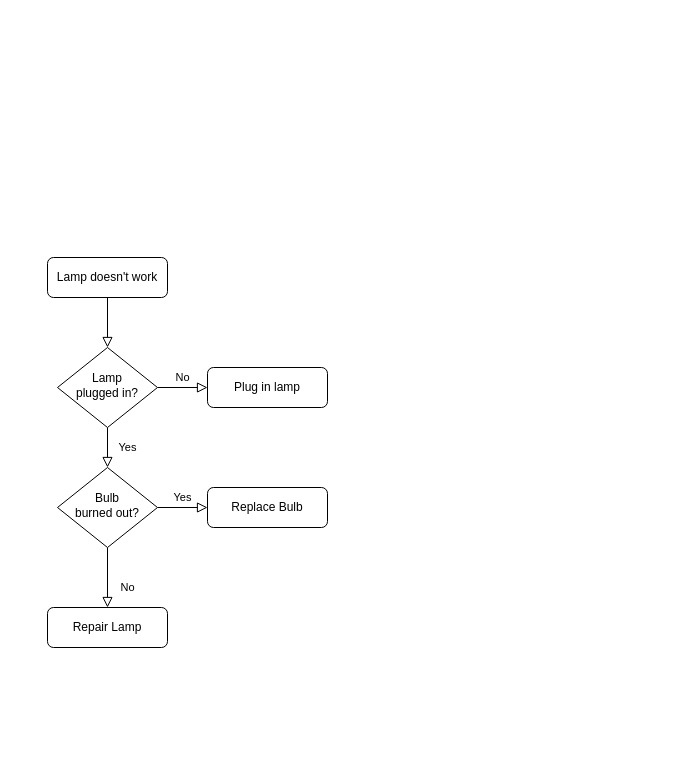
Above: 제목 없는 다이어그램.drawio in JiungChoi/2023_SS_vision_system (draw.io), before the change. Source tidied: cells renumbered, new cells numbered last; positions are measured from the earlier drawing's top-left corner, leaving out a move shared by most shapes. Both pictures are drawn from the tidied source at 100%, with x=0, y=0 at pixel (47, 257).
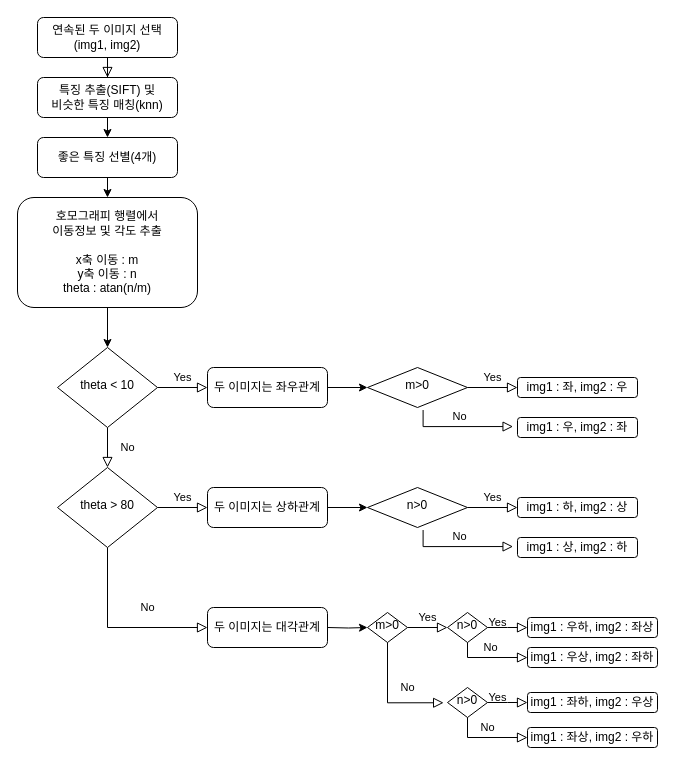
The same diagram, later.

Commit message:
제목 없는 다이어그램.drawio 업데이트

What changed in the source:
```diff
@@
-    <mxCell id="2" style="rounded=0;html=1;jettySize=auto;fontSize=11;endArrow=block;endFill=0;endSize=8;strokeWidth=1;shadow=0;labelBackgroundColor=none;edgeStyle=orthogonalEdgeStyle;" parent="1" edge="1" source="3" target="6">
+    <mxCell id="2" style="rounded=0;html=1;jettySize=auto;fontSize=11;endArrow=block;endFill=0;endSize=8;strokeWidth=1;shadow=0;labelBackgroundColor=none;edgeStyle=orthogonalEdgeStyle;entryX=0.5;entryY=0;entryDx=0;entryDy=0;" parent="1" edge="1" source="3" target="15">
       <mxGeometry relative="1" as="geometry" />
     </mxCell>
-    <mxCell id="3" value="Lamp doesn't work" style="rounded=1;whiteSpace=wrap;html=1;fontSize=12;glass=0;strokeWidth=1;shadow=0;" parent="1" vertex="1">
-      <mxGeometry width="120" height="40" as="geometry" />
+    <mxCell id="3" value="연속된 두 이미지 선택&lt;br&gt;(img1, img2)" style="rounded=1;whiteSpace=wrap;html=1;fontSize=12;glass=0;strokeWidth=1;shadow=0;" parent="1" vertex="1">
+      <mxGeometry x="-10" y="-240" width="140" height="40" as="geometry" />
     </mxCell>
-    <mxCell id="4" value="Yes" style="rounded=0;html=1;jettySize=auto;fontSize=11;endArrow=block;endFill=0;endSize=8;strokeWidth=1;shadow=0;labelBackgroundColor=none;edgeStyle=orthogonalEdgeStyle;" parent="1" edge="1" source="6" target="10">
+    <mxCell id="4" value="No" style="rounded=0;html=1;jettySize=auto;fontSize=11;endArrow=block;endFill=0;endSize=8;strokeWidth=1;shadow=0;labelBackgroundColor=none;edgeStyle=orthogonalEdgeStyle;" parent="1" edge="1" source="6" target="10">
       <mxGeometry y="20" relative="1" as="geometry" />
     </mxCell>
-    <mxCell id="5" value="No" style="edgeStyle=orthogonalEdgeStyle;rounded=0;html=1;jettySize=auto;fontSize=11;endArrow=block;endFill=0;endSize=8;strokeWidth=1;shadow=0;labelBackgroundColor=none;" parent="1" edge="1" source="6" target="7">
+    <mxCell id="5" value="Yes" style="edgeStyle=orthogonalEdgeStyle;rounded=0;html=1;jettySize=auto;fontSize=11;endArrow=block;endFill=0;endSize=8;strokeWidth=1;shadow=0;labelBackgroundColor=none;" parent="1" edge="1" source="6" target="7">
       <mxGeometry y="10" relative="1" as="geometry" />
     </mxCell>
-    <mxCell id="6" value="Lamp&lt;br&gt;plugged in?" style="rhombus;whiteSpace=wrap;html=1;shadow=0;fontFamily=Helvetica;fontSize=12;align=center;strokeWidth=1;spacing=6;spacingTop=-4;" parent="1" vertex="1">
+    <mxCell id="6" value="theta &amp;lt; 10" style="rhombus;whiteSpace=wrap;html=1;shadow=0;fontFamily=Helvetica;fontSize=12;align=center;strokeWidth=1;spacing=6;spacingTop=-4;" parent="1" vertex="1">
       <mxGeometry x="10" y="90" width="100" height="80" as="geometry" />
     </mxCell>
+    <mxCell id="13" style="edgeStyle=orthogonalEdgeStyle;rounded=0;jettySize=auto;html=1;exitX=1;exitY=0.5;exitDx=0;exitDy=0;entryX=0;entryY=0.5;entryDx=0;entryDy=0;" parent="1" edge="1" source="7" target="20">
+      <mxGeometry relative="1" as="geometry" />
+    </mxCell>
-    <mxCell id="7" value="Plug in lamp" style="rounded=1;whiteSpace=wrap;html=1;fontSize=12;glass=0;strokeWidth=1;shadow=0;" parent="1" vertex="1">
+    <mxCell id="7" value="두 이미지는 좌우관계" style="rounded=1;whiteSpace=wrap;html=1;fontSize=12;glass=0;strokeWidth=1;shadow=0;" parent="1" vertex="1">
       <mxGeometry x="160" y="110" width="120" height="40" as="geometry" />
     </mxCell>
     <mxCell id="8" value="No" style="rounded=0;html=1;jettySize=auto;fontSize=11;endArrow=block;endFill=0;endSize=8;strokeWidth=1;shadow=0;labelBackgroundColor=none;edgeStyle=orthogonalEdgeStyle;" parent="1" edge="1" source="10" target="11">
-      <mxGeometry x="0.33" y="20" relative="1" as="geometry" />
+      <mxGeometry x="0.33" y="20" relative="1" as="geometry">
+        <Array as="points">
+          <mxPoint x="60" y="370" />
+        </Array>
+      </mxGeometry>
     </mxCell>
@@
-    <mxCell id="10" value="Bulb&lt;br&gt;burned out?" style="rhombus;whiteSpace=wrap;html=1;shadow=0;fontFamily=Helvetica;fontSize=12;align=center;strokeWidth=1;spacing=6;spacingTop=-4;" parent="1" vertex="1">
+    <mxCell id="10" value="theta &amp;gt; 80" style="rhombus;whiteSpace=wrap;html=1;shadow=0;fontFamily=Helvetica;fontSize=12;align=center;strokeWidth=1;spacing=6;spacingTop=-4;" parent="1" vertex="1">
       <mxGeometry x="10" y="210" width="100" height="80" as="geometry" />
     </mxCell>
-    <mxCell id="11" value="Repair Lamp" style="rounded=1;whiteSpace=wrap;html=1;fontSize=12;glass=0;strokeWidth=1;shadow=0;" parent="1" vertex="1">
-      <mxGeometry y="350" width="120" height="40" as="geometry" />
+    <mxCell id="11" value="두 이미지는 대각관계" style="rounded=1;whiteSpace=wrap;html=1;fontSize=12;glass=0;strokeWidth=1;shadow=0;" parent="1" vertex="1">
+      <mxGeometry x="160" y="350" width="120" height="40" as="geometry" />
     </mxCell>
-    <mxCell id="12" value="Replace Bulb" style="rounded=1;whiteSpace=wrap;html=1;fontSize=12;glass=0;strokeWidth=1;shadow=0;" parent="1" vertex="1">
+    <mxCell id="12" value="두 이미지는 상하관계" style="rounded=1;whiteSpace=wrap;html=1;fontSize=12;glass=0;strokeWidth=1;shadow=0;" parent="1" vertex="1">
       <mxGeometry x="160" y="230" width="120" height="40" as="geometry" />
     </mxCell>
+    <mxCell id="14" style="edgeStyle=orthogonalEdgeStyle;rounded=0;jettySize=auto;html=1;exitX=0.5;exitY=1;exitDx=0;exitDy=0;entryX=0.5;entryY=0;entryDx=0;entryDy=0;" parent="1" edge="1" source="15" target="17">
+      <mxGeometry relative="1" as="geometry" />
+    </mxCell>
+    <mxCell id="15" value="특징 추출(SIFT) 및&lt;br&gt;비슷한 특징 매칭(knn)" style="rounded=1;whiteSpace=wrap;html=1;fontSize=12;glass=0;strokeWidth=1;shadow=0;" parent="1" vertex="1">
+      <mxGeometry x="-10" y="-180" width="140" height="40" as="geometry" />
+    </mxCell>
+    <mxCell id="16" style="edgeStyle=orthogonalEdgeStyle;rounded=0;jettySize=auto;html=1;exitX=0.5;exitY=1;exitDx=0;exitDy=0;entryX=0.5;entryY=0;entryDx=0;entryDy=0;" parent="1" edge="1" source="17" target="19">
+      <mxGeometry relative="1" as="geometry" />
+    </mxCell>
+    <mxCell id="17" value="좋은 특징 선별(4개)" style="rounded=1;whiteSpace=wrap;html=1;fontSize=12;glass=0;strokeWidth=1;shadow=0;" parent="1" vertex="1">
+      <mxGeometry x="-10" y="-120" width="140" height="40" as="geometry" />
+    </mxCell>
+    <mxCell id="18" style="edgeStyle=orthogonalEdgeStyle;rounded=0;jettySize=auto;html=1;exitX=0.5;exitY=1;exitDx=0;exitDy=0;entryX=0.5;entryY=0;entryDx=0;entryDy=0;" parent="1" edge="1" source="19" target="6">
+      <mxGeometry relative="1" as="geometry" />
+    </mxCell>
+    <mxCell id="19" value="호모그래피 행렬에서&lt;br&gt;이동정보 및 각도 추출&lt;br&gt;&lt;br&gt;x축 이동 : m&lt;br&gt;y축 이동 : n&lt;br&gt;theta : atan(n/m)" style="rounded=1;whiteSpace=wrap;html=1;fontSize=12;glass=0;strokeWidth=1;shadow=0;" parent="1" vertex="1">
+      <mxGeometry x="-30" y="-60" width="180" height="110" as="geometry" />
+    </mxCell>
+    <mxCell id="20" value="m&amp;gt;0" style="rhombus;whiteSpace=wrap;html=1;shadow=0;fontFamily=Helvetica;fontSize=12;align=center;strokeWidth=1;spacing=6;spacingTop=-4;" parent="1" vertex="1">
+      <mxGeometry x="320" y="110" width="100" height="40" as="geometry" />
+    </mxCell>
+    <mxCell id="21" value="Yes" style="edgeStyle=orthogonalEdgeStyle;rounded=0;html=1;jettySize=auto;fontSize=11;endArrow=block;endFill=0;endSize=8;strokeWidth=1;shadow=0;labelBackgroundColor=none;exitX=1;exitY=0.5;exitDx=0;exitDy=0;entryX=0;entryY=0.5;entryDx=0;entryDy=0;" parent="1" edge="1" source="20" target="22">
+      <mxGeometry y="10" relative="1" as="geometry" />
+    </mxCell>
+    <mxCell id="22" value="img1 : 좌, img2 : 우" style="rounded=1;whiteSpace=wrap;html=1;fontSize=12;glass=0;strokeWidth=1;shadow=0;" parent="1" vertex="1">
+      <mxGeometry x="470" y="120" width="120" height="20" as="geometry" />
+    </mxCell>
+    <mxCell id="23" value="No" style="edgeStyle=orthogonalEdgeStyle;rounded=0;html=1;jettySize=auto;fontSize=11;endArrow=block;endFill=0;endSize=8;strokeWidth=1;shadow=0;labelBackgroundColor=none;exitX=0.556;exitY=1.063;exitDx=0;exitDy=0;exitPerimeter=0;entryX=-0.037;entryY=0.453;entryDx=0;entryDy=0;entryPerimeter=0;" parent="1" edge="1" source="20" target="24">
+      <mxGeometry y="10" relative="1" as="geometry">
+        <Array as="points">
+          <mxPoint x="376" y="170" />
+          <mxPoint x="466" y="170" />
+        </Array>
+      </mxGeometry>
+    </mxCell>
+    <mxCell id="24" value="img1 : 우, img2 : 좌" style="rounded=1;whiteSpace=wrap;html=1;fontSize=12;glass=0;strokeWidth=1;shadow=0;" parent="1" vertex="1">
+      <mxGeometry x="470" y="160" width="120" height="20" as="geometry" />
+    </mxCell>
+    <mxCell id="25" value="Yes" style="edgeStyle=orthogonalEdgeStyle;rounded=0;html=1;jettySize=auto;fontSize=11;endArrow=block;endFill=0;endSize=8;strokeWidth=1;shadow=0;labelBackgroundColor=none;exitX=1;exitY=0.5;exitDx=0;exitDy=0;entryX=0;entryY=0.5;entryDx=0;entryDy=0;" parent="1" edge="1" source="29" target="26">
+      <mxGeometry y="10" relative="1" as="geometry" />
+    </mxCell>
+    <mxCell id="26" value="img1 : 하, img2 : 상" style="rounded=1;whiteSpace=wrap;html=1;fontSize=12;glass=0;strokeWidth=1;shadow=0;" parent="1" vertex="1">
+      <mxGeometry x="470" y="240" width="120" height="20" as="geometry" />
+    </mxCell>
+    <mxCell id="27" value="No" style="edgeStyle=orthogonalEdgeStyle;rounded=0;html=1;jettySize=auto;fontSize=11;endArrow=block;endFill=0;endSize=8;strokeWidth=1;shadow=0;labelBackgroundColor=none;exitX=0.556;exitY=1.063;exitDx=0;exitDy=0;exitPerimeter=0;entryX=-0.037;entryY=0.453;entryDx=0;entryDy=0;entryPerimeter=0;" parent="1" edge="1" source="29" target="28">
+      <mxGeometry y="10" relative="1" as="geometry">
+        <Array as="points">
+          <mxPoint x="376" y="290" />
+          <mxPoint x="466" y="290" />
+        </Array>
+      </mxGeometry>
+    </mxCell>
+    <mxCell id="28" value="img1 : 상, img2 : 하" style="rounded=1;whiteSpace=wrap;html=1;fontSize=12;glass=0;strokeWidth=1;shadow=0;" parent="1" vertex="1">
+      <mxGeometry x="470" y="280" width="120" height="20" as="geometry" />
+    </mxCell>
+    <mxCell id="29" value="n&amp;gt;0" style="rhombus;whiteSpace=wrap;html=1;shadow=0;fontFamily=Helvetica;fontSize=12;align=center;strokeWidth=1;spacing=6;spacingTop=-4;" parent="1" vertex="1">
+      <mxGeometry x="320" y="230" width="100" height="40" as="geometry" />
+    </mxCell>
+    <mxCell id="30" style="edgeStyle=orthogonalEdgeStyle;rounded=0;jettySize=auto;html=1;exitX=1;exitY=0.5;exitDx=0;exitDy=0;entryX=0;entryY=0.5;entryDx=0;entryDy=0;" parent="1" edge="1" source="12" target="29">
+      <mxGeometry relative="1" as="geometry" />
+    </mxCell>
+    <mxCell id="31" value="Yes" style="edgeStyle=orthogonalEdgeStyle;rounded=0;html=1;jettySize=auto;fontSize=11;endArrow=block;endFill=0;endSize=8;strokeWidth=1;shadow=0;labelBackgroundColor=none;exitX=1;exitY=0.5;exitDx=0;exitDy=0;entryX=0;entryY=0.5;entryDx=0;entryDy=0;" parent="1" edge="1" source="32" target="34">
+      <mxGeometry y="10" relative="1" as="geometry" />
+    </mxCell>
+    <mxCell id="32" value="m&amp;gt;0" style="rhombus;whiteSpace=wrap;html=1;shadow=0;fontFamily=Helvetica;fontSize=12;align=center;strokeWidth=1;spacing=6;spacingTop=-4;" parent="1" vertex="1">
+      <mxGeometry x="320" y="355" width="40" height="30" as="geometry" />
+    </mxCell>
+    <mxCell id="33" style="edgeStyle=orthogonalEdgeStyle;rounded=0;jettySize=auto;html=1;exitX=1;exitY=0.5;exitDx=0;exitDy=0;entryX=0;entryY=0.5;entryDx=0;entryDy=0;" parent="1" edge="1" target="32">
+      <mxGeometry relative="1" as="geometry">
+        <mxPoint x="280" y="370" as="sourcePoint" />
+      </mxGeometry>
+    </mxCell>
+    <mxCell id="34" value="n&amp;gt;0" style="rhombus;whiteSpace=wrap;html=1;shadow=0;fontFamily=Helvetica;fontSize=12;align=center;strokeWidth=1;spacing=6;spacingTop=-4;" parent="1" vertex="1">
+      <mxGeometry x="400" y="355" width="40" height="30" as="geometry" />
+    </mxCell>
+    <mxCell id="35" value="n&amp;gt;0" style="rhombus;whiteSpace=wrap;html=1;shadow=0;fontFamily=Helvetica;fontSize=12;align=center;strokeWidth=1;spacing=6;spacingTop=-4;" parent="1" vertex="1">
+      <mxGeometry x="400" y="430" width="40" height="30" as="geometry" />
+    </mxCell>
+    <mxCell id="36" value="No" style="edgeStyle=orthogonalEdgeStyle;rounded=0;html=1;jettySize=auto;fontSize=11;endArrow=block;endFill=0;endSize=8;strokeWidth=1;shadow=0;labelBackgroundColor=none;exitX=0.5;exitY=1;exitDx=0;exitDy=0;entryX=-0.097;entryY=0.509;entryDx=0;entryDy=0;entryPerimeter=0;" parent="1" edge="1" source="32" target="35">
+      <mxGeometry x="0.38" y="15" relative="1" as="geometry">
+        <Array as="points">
+          <mxPoint x="340" y="445" />
+        </Array>
+      </mxGeometry>
+    </mxCell>
+    <mxCell id="37" value="No" style="edgeStyle=orthogonalEdgeStyle;rounded=0;html=1;jettySize=auto;fontSize=11;endArrow=block;endFill=0;endSize=8;strokeWidth=1;shadow=0;labelBackgroundColor=none;exitX=0.5;exitY=1;exitDx=0;exitDy=0;entryX=0;entryY=0.5;entryDx=0;entryDy=0;" parent="1" edge="1" target="42">
+      <mxGeometry y="10" relative="1" as="geometry">
+        <mxPoint x="420" y="460" as="sourcePoint" />
+        <Array as="points">
+          <mxPoint x="420" y="480" />
+        </Array>
+      </mxGeometry>
+    </mxCell>
+    <mxCell id="38" value="Yes" style="edgeStyle=orthogonalEdgeStyle;rounded=0;html=1;jettySize=auto;fontSize=11;endArrow=block;endFill=0;endSize=8;strokeWidth=1;shadow=0;labelBackgroundColor=none;exitX=1;exitY=0.5;exitDx=0;exitDy=0;" parent="1" edge="1" source="35">
+      <mxGeometry x="-0.51" y="5" relative="1" as="geometry">
+        <mxPoint x="480" y="445" as="targetPoint" />
+      </mxGeometry>
+    </mxCell>
+    <mxCell id="39" value="Yes" style="edgeStyle=orthogonalEdgeStyle;rounded=0;html=1;jettySize=auto;fontSize=11;endArrow=block;endFill=0;endSize=8;strokeWidth=1;shadow=0;labelBackgroundColor=none;exitX=1;exitY=0.5;exitDx=0;exitDy=0;" parent="1" edge="1" source="34">
+      <mxGeometry x="-0.51" y="5" relative="1" as="geometry">
+        <mxPoint x="480" y="370" as="targetPoint" />
+      </mxGeometry>
+    </mxCell>
+    <mxCell id="40" value="No" style="edgeStyle=orthogonalEdgeStyle;rounded=0;html=1;jettySize=auto;fontSize=11;endArrow=block;endFill=0;endSize=8;strokeWidth=1;shadow=0;labelBackgroundColor=none;exitX=0.5;exitY=1;exitDx=0;exitDy=0;entryX=0;entryY=0.5;entryDx=0;entryDy=0;" parent="1" edge="1" source="34" target="43">
+      <mxGeometry y="10" relative="1" as="geometry">
+        <Array as="points">
+          <mxPoint x="420" y="400" />
+        </Array>
+      </mxGeometry>
+    </mxCell>
+    <mxCell id="41" value="img1 : 좌하, img2 : 우상" style="rounded=1;whiteSpace=wrap;html=1;fontSize=12;glass=0;strokeWidth=1;shadow=0;" parent="1" vertex="1">
+      <mxGeometry x="480" y="435" width="130" height="20" as="geometry" />
+    </mxCell>
+    <mxCell id="42" value="img1 : 좌상, img2 : 우하" style="rounded=1;whiteSpace=wrap;html=1;fontSize=12;glass=0;strokeWidth=1;shadow=0;" parent="1" vertex="1">
+      <mxGeometry x="480" y="470" width="130" height="20" as="geometry" />
+    </mxCell>
+    <mxCell id="43" value="img1 : 우상, img2 : 좌하" style="rounded=1;whiteSpace=wrap;html=1;fontSize=12;glass=0;strokeWidth=1;shadow=0;" parent="1" vertex="1">
+      <mxGeometry x="480" y="390" width="130" height="20" as="geometry" />
+    </mxCell>
+    <mxCell id="44" value="img1 : 우하, img2 : 좌상" style="rounded=1;whiteSpace=wrap;html=1;fontSize=12;glass=0;strokeWidth=1;shadow=0;" parent="1" vertex="1">
+      <mxGeometry x="480" y="360" width="130" height="20" as="geometry" />
+    </mxCell>
```
